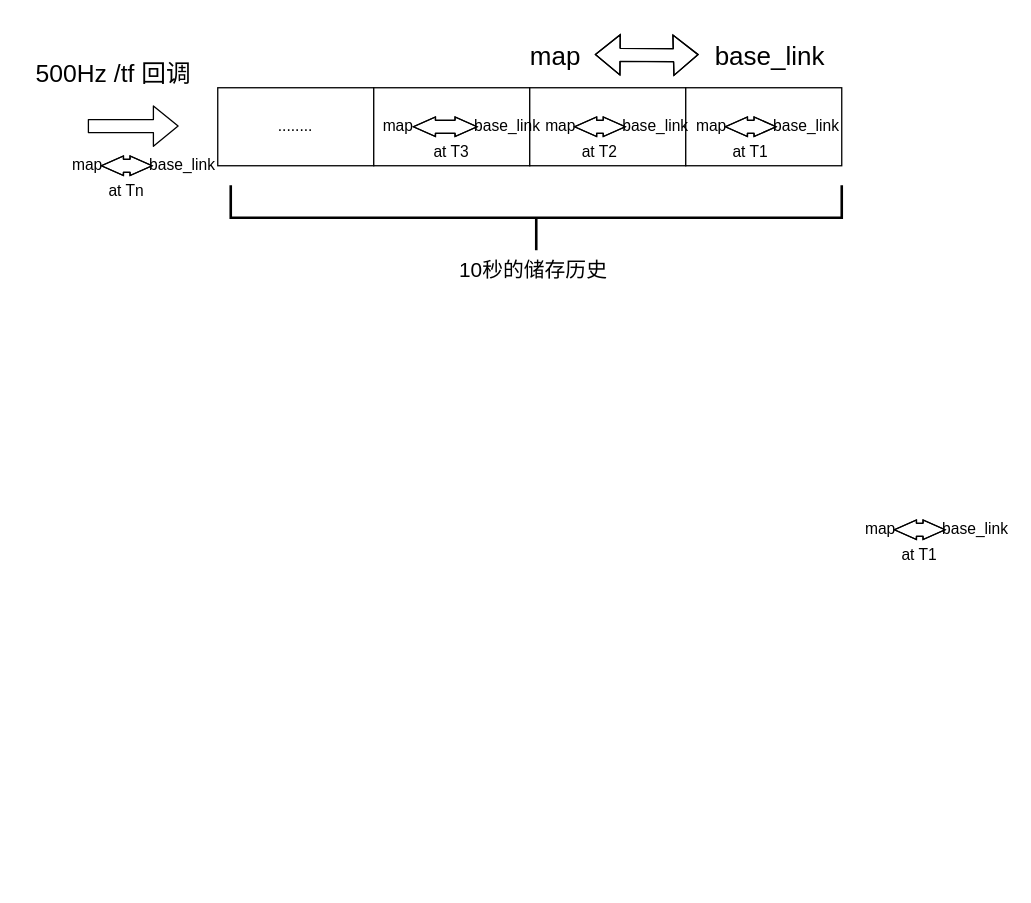
Above: ros_tf.drawio in Oasis-Guo/Note (draw.io), before the change. Source tidied: cells renumbered, new cells numbered last; positions are measured from the earlier drawing's top-left corner, leaving out a move shared by most shapes. Both pictures are drawn from the tidied source at 130%, with x=0, y=0 at pixel (22, -88). Pictures stored in the file or linked from it are replaced by grey dashed boxes.
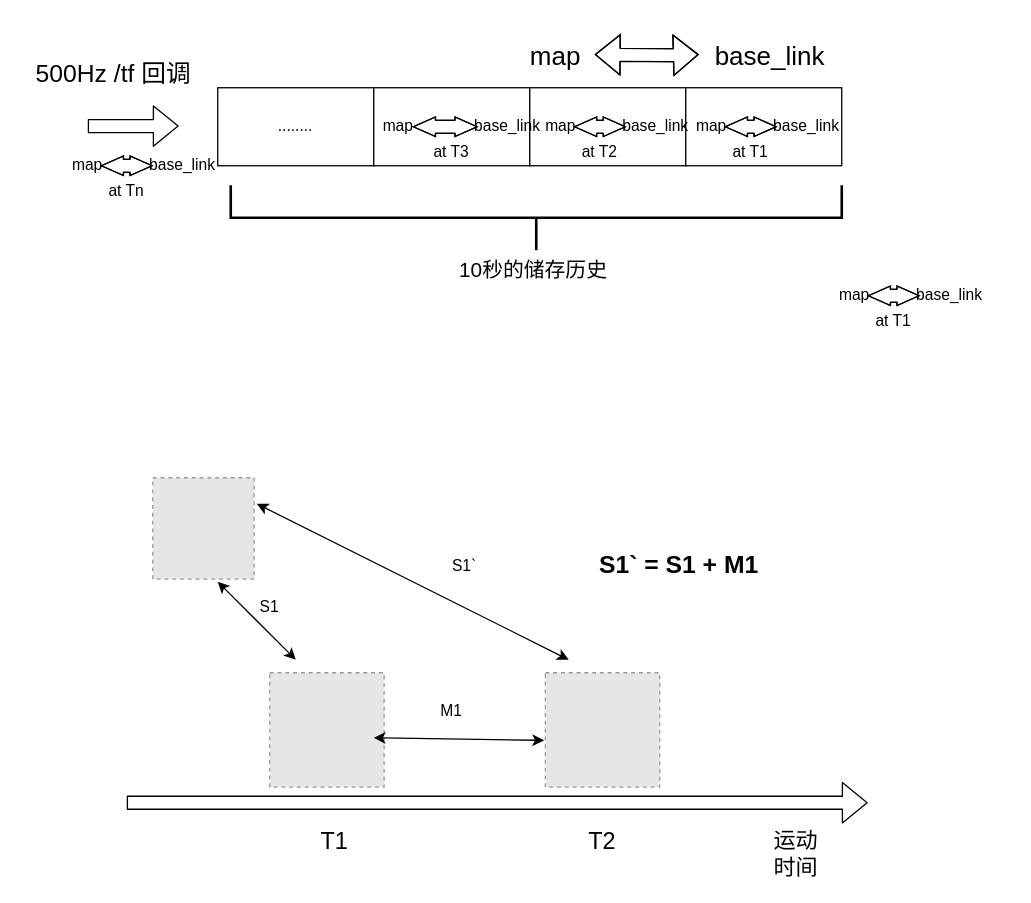
The same page after the edit.

What changed in the source:
```diff
@@
     <mxCell id="31" value="&lt;font style=&quot;font-size: 12px&quot;&gt;map&lt;/font&gt;" style="text;html=1;strokeColor=none;fillColor=none;align=center;verticalAlign=middle;whiteSpace=wrap;rounded=0;" parent="1" vertex="1">
-      <mxGeometry x="640" y="465" width="40" height="20" as="geometry" />
+      <mxGeometry x="620" y="285" width="40" height="20" as="geometry" />
     </mxCell>
     <mxCell id="32" value="&lt;font style=&quot;font-size: 12px;&quot;&gt;base_link&lt;/font&gt;" style="text;html=1;strokeColor=none;fillColor=none;align=center;verticalAlign=middle;whiteSpace=wrap;rounded=0;fontSize=12;" parent="1" vertex="1">
-      <mxGeometry x="728" y="474" width="10" as="geometry" />
+      <mxGeometry x="708" y="294" width="10" as="geometry" />
     </mxCell>
     <mxCell id="33" style="shape=flexArrow;endArrow=classic;startArrow=classic;html=1;startWidth=4;startSize=5.32;endWidth=4;endSize=5.32;" parent="1" edge="1">
       <mxGeometry relative="1" as="geometry">
-        <mxPoint x="670" y="475" as="sourcePoint" />
-        <mxPoint x="710" y="475" as="targetPoint" />
+        <mxPoint x="650" y="295" as="sourcePoint" />
+        <mxPoint x="690" y="295" as="targetPoint" />
         <Array as="points">
-          <mxPoint x="690" y="475" />
+          <mxPoint x="670" y="295" />
         </Array>
       </mxGeometry>
     </mxCell>
     <mxCell id="34" value="at T1" style="text;html=1;strokeColor=none;fillColor=none;align=center;verticalAlign=middle;whiteSpace=wrap;rounded=0;fontSize=12;" parent="1" vertex="1">
-      <mxGeometry x="670" y="485" width="40" height="20" as="geometry" />
+      <mxGeometry x="650" y="305" width="40" height="20" as="geometry" />
     </mxCell>
@@
+    <mxCell id="39" style="shape=flexArrow;endArrow=classic;html=1;" parent="1" edge="1">
+      <mxGeometry relative="1" as="geometry">
+        <mxPoint x="80" y="685" as="sourcePoint" />
+        <mxPoint x="650" y="685" as="targetPoint" />
+      </mxGeometry>
+    </mxCell>
+    <mxCell id="40" value="&lt;font style=&quot;font-size: 18px&quot;&gt;T1&lt;/font&gt;" style="text;html=1;strokeColor=none;fillColor=none;align=center;verticalAlign=middle;whiteSpace=wrap;rounded=0;" parent="1" vertex="1">
+      <mxGeometry x="220" y="705" width="40" height="20" as="geometry" />
+    </mxCell>
+    <mxCell id="41" style="fillColor=#E6E6E6;strokeColor=#999999;dashed=1;html=1;verticalAlign=top;verticalLabelPosition=bottom;labelBackgroundColor=#ffffff;" parent="1" vertex="1">
+      <mxGeometry x="190" y="585" width="88" height="88" as="geometry" />
+    </mxCell>
+    <mxCell id="42" style="fillColor=#E6E6E6;strokeColor=#999999;dashed=1;html=1;verticalAlign=top;verticalLabelPosition=bottom;labelBackgroundColor=#ffffff;" parent="1" vertex="1">
+      <mxGeometry x="402" y="585" width="88" height="88" as="geometry" />
+    </mxCell>
+    <mxCell id="43" value="&lt;font style=&quot;font-size: 18px&quot;&gt;T2&lt;/font&gt;" style="text;html=1;strokeColor=none;fillColor=none;align=center;verticalAlign=middle;whiteSpace=wrap;rounded=0;" parent="1" vertex="1">
+      <mxGeometry x="426" y="705" width="40" height="20" as="geometry" />
+    </mxCell>
+    <mxCell id="44" style="fillColor=#E6E6E6;strokeColor=#999999;dashed=1;html=1;verticalAlign=top;verticalLabelPosition=bottom;labelBackgroundColor=#ffffff;" parent="1" vertex="1">
+      <mxGeometry x="100" y="435" width="78" height="78" as="geometry" />
+    </mxCell>
+    <mxCell id="45" style="endArrow=classic;startArrow=classic;html=1;" parent="1" edge="1">
+      <mxGeometry relative="1" as="geometry">
+        <mxPoint x="210" y="575" as="sourcePoint" />
+        <mxPoint x="150" y="515" as="targetPoint" />
+      </mxGeometry>
+    </mxCell>
+    <mxCell id="46" value="S1" style="text;html=1;strokeColor=none;fillColor=none;align=center;verticalAlign=middle;whiteSpace=wrap;rounded=0;" parent="1" vertex="1">
+      <mxGeometry x="170" y="525" width="40" height="20" as="geometry" />
+    </mxCell>
+    <mxCell id="47" style="endArrow=classic;startArrow=classic;html=1;entryX=-0.011;entryY=0.591;entryDx=0;entryDy=0;entryPerimeter=0;" parent="1" edge="1" target="42">
+      <mxGeometry relative="1" as="geometry">
+        <mxPoint x="270" y="635" as="sourcePoint" />
+      </mxGeometry>
+    </mxCell>
+    <mxCell id="48" value="M1" style="text;html=1;strokeColor=none;fillColor=none;align=center;verticalAlign=middle;whiteSpace=wrap;rounded=0;" parent="1" vertex="1">
+      <mxGeometry x="310" y="605" width="40" height="20" as="geometry" />
+    </mxCell>
+    <mxCell id="49" style="endArrow=classic;startArrow=classic;html=1;" parent="1" edge="1">
+      <mxGeometry relative="1" as="geometry">
+        <mxPoint x="420" y="575" as="sourcePoint" />
+        <mxPoint x="180" y="455" as="targetPoint" />
+      </mxGeometry>
+    </mxCell>
+    <mxCell id="50" value="S1`" style="text;html=1;strokeColor=none;fillColor=none;align=center;verticalAlign=middle;whiteSpace=wrap;rounded=0;" parent="1" vertex="1">
+      <mxGeometry x="320" y="493" width="40" height="20" as="geometry" />
+    </mxCell>
+    <mxCell id="51" value="&lt;font style=&quot;font-size: 17px&quot;&gt;运动时间&lt;/font&gt;" style="text;html=1;strokeColor=none;fillColor=none;align=center;verticalAlign=middle;whiteSpace=wrap;rounded=0;" parent="1" vertex="1">
+      <mxGeometry x="570" y="715" width="50" height="20" as="geometry" />
+    </mxCell>
+    <mxCell id="52" value="&lt;font style=&quot;font-size: 19px&quot;&gt;&lt;b&gt;S1` = S1 + M1&lt;/b&gt;&lt;/font&gt;" style="text;html=1;strokeColor=none;fillColor=none;align=center;verticalAlign=middle;whiteSpace=wrap;rounded=0;" parent="1" vertex="1">
+      <mxGeometry x="440" y="493" width="130" height="20" as="geometry" />
+    </mxCell>
```
